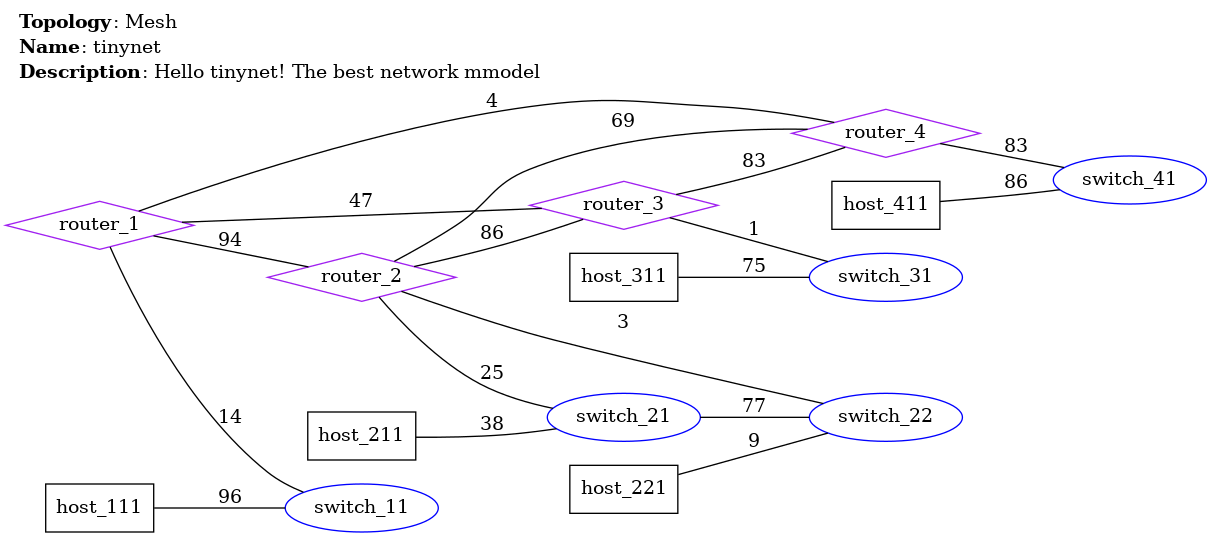
Earlier version of the Graphviz export conf/image/net.png (zpnst/tinynet). Its source is kept beside it as conf/data/net.dot.
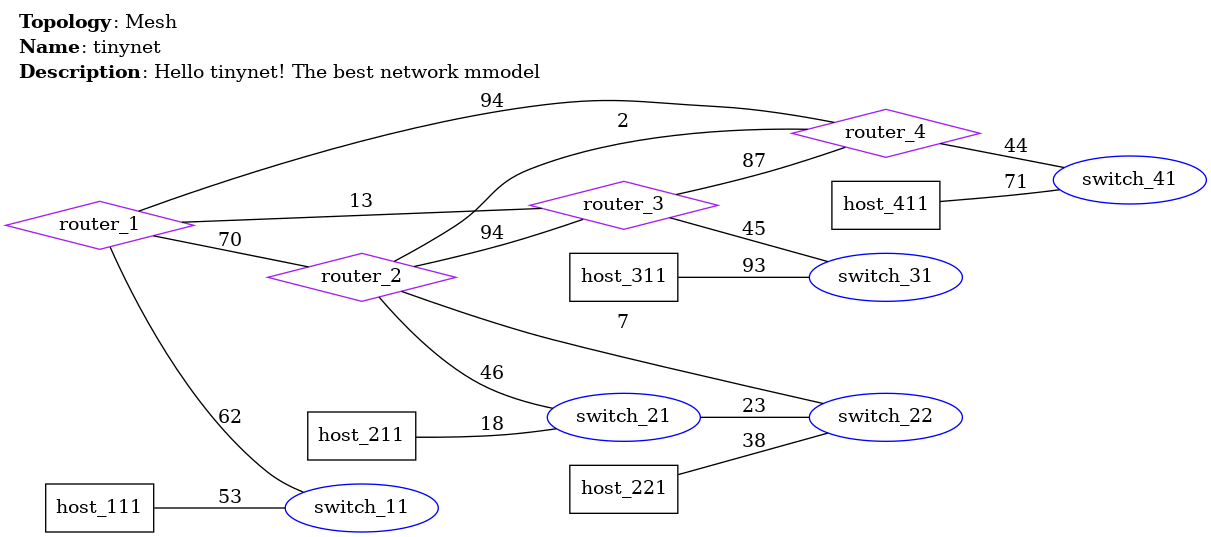
Above is the later version.

What changed in the source:
```diff
@@ -23,21 +23,21 @@
     "host_221" [shape=box, color=black, label="host_221"];
     "host_311" [shape=box, color=black, label="host_311"];
     "host_411" [shape=box, color=black, label="host_411"];
-    "router_1" -- "router_2" [label="94"];
-    "router_1" -- "router_3" [label="47"];
-    "router_1" -- "router_4" [label="4"];
-    "router_1" -- "switch_11" [label="14"];
-    "router_2" -- "router_3" [label="86"];
-    "router_2" -- "router_4" [label="69"];
-    "router_2" -- "switch_21" [label="25"];
-    "router_2" -- "switch_22" [label="3"];
-    "router_3" -- "router_4" [label="83"];
-    "router_3" -- "switch_31" [label="1"];
-    "router_4" -- "switch_41" [label="83"];
-    "switch_21" -- "switch_22" [label="77"];
-    "host_111" -- "switch_11" [label="96"];
-    "host_211" -- "switch_21" [label="38"];
-    "host_221" -- "switch_22" [label="9"];
-    "host_311" -- "switch_31" [label="75"];
-    "host_411" -- "switch_41" [label="86"];
+    "router_1" -- "router_2" [label="96"];
+    "router_1" -- "router_3" [label="12"];
+    "router_1" -- "router_4" [label="86"];
+    "router_1" -- "switch_11" [label="75"];
+    "router_2" -- "router_3" [label="32"];
+    "router_2" -- "router_4" [label="45"];
+    "router_2" -- "switch_21" [label="70"];
+    "router_2" -- "switch_22" [label="76"];
+    "router_3" -- "router_4" [label="67"];
+    "router_3" -- "switch_31" [label="75"];
+    "router_4" -- "switch_41" [label="9"];
+    "switch_21" -- "switch_22" [label="83"];
+    "host_111" -- "switch_11" [label="74"];
+    "host_211" -- "switch_21" [label="49"];
+    "host_221" -- "switch_22" [label="89"];
+    "host_311" -- "switch_31" [label="92"];
+    "host_411" -- "switch_41" [label="6"];
 }
```
